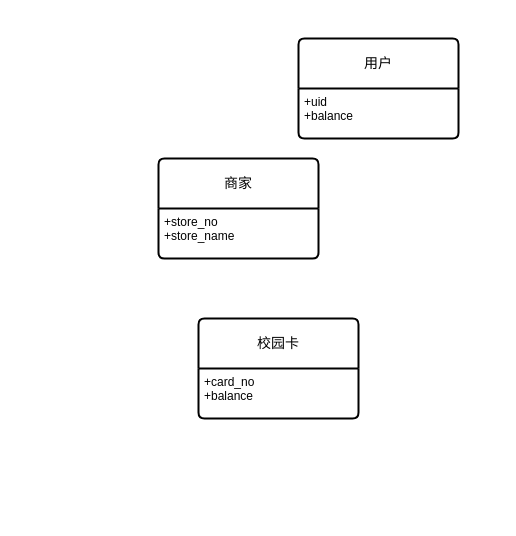
Earlier version of the draw.io diagram ER-Charts/ER_CampusCard.drawio (ShiaoYoung/Database-course_design). Source tidied: cells renumbered, new cells numbered last; positions are measured from the earlier drawing's top-left corner, leaving out a move shared by most shapes. Both pictures are drawn from the tidied source at 100%, with x=0, y=0 at pixel (158, 38).
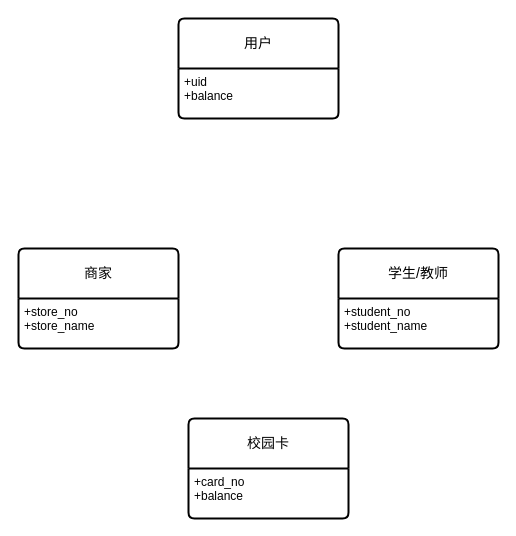
Above is the later version.

What changed in the source:
```diff
@@
 <mxGraphModel>
   <root>
     <mxCell id="0" />
     <mxCell id="1" parent="0" />
     <mxCell id="2" value="商家" style="swimlane;horizontal=1;startSize=50;rounded=1;fontSize=14;fontStyle=0;strokeWidth=2;shadow=0;dashed=0;align=center;arcSize=4;whiteSpace=wrap;html=1;" parent="1" vertex="1">
-      <mxGeometry y="120" width="160" height="100" as="geometry" />
+      <mxGeometry x="-140" y="210" width="160" height="100" as="geometry" />
     </mxCell>
     <mxCell id="3" value="+store_no&lt;br&gt;+store_name" style="align=left;strokeColor=none;fillColor=none;spacingLeft=4;fontSize=12;verticalAlign=top;html=1;" parent="2" vertex="1">
       <mxGeometry y="50" width="160" height="50" as="geometry" />
     </mxCell>
     <mxCell id="4" value="校园卡" style="swimlane;horizontal=1;startSize=50;rounded=1;fontSize=14;fontStyle=0;strokeWidth=2;shadow=0;dashed=0;align=center;arcSize=4;whiteSpace=wrap;html=1;" parent="1" vertex="1">
-      <mxGeometry x="40" y="280" width="160" height="100" as="geometry" />
+      <mxGeometry x="30" y="380" width="160" height="100" as="geometry" />
     </mxCell>
     <mxCell id="5" value="+card_no&lt;br&gt;+balance" style="align=left;strokeColor=none;fillColor=none;spacingLeft=4;fontSize=12;verticalAlign=top;html=1;" parent="4" vertex="1">
       <mxGeometry y="50" width="160" height="50" as="geometry" />
     </mxCell>
     <mxCell id="6" value="用户" style="swimlane;horizontal=1;startSize=50;rounded=1;fontSize=14;fontStyle=0;strokeWidth=2;shadow=0;dashed=0;align=center;arcSize=4;whiteSpace=wrap;html=1;" parent="1" vertex="1">
-      <mxGeometry x="140" width="160" height="100" as="geometry" />
+      <mxGeometry x="20" y="-20" width="160" height="100" as="geometry" />
     </mxCell>
     <mxCell id="7" value="+uid&lt;br&gt;+balance" style="align=left;strokeColor=none;fillColor=none;spacingLeft=4;fontSize=12;verticalAlign=top;html=1;" parent="6" vertex="1">
       <mxGeometry y="50" width="160" height="50" as="geometry" />
     </mxCell>
+    <mxCell id="8" value="学生/教师" style="swimlane;horizontal=1;startSize=50;rounded=1;fontSize=14;fontStyle=0;strokeWidth=2;shadow=0;dashed=0;align=center;arcSize=4;whiteSpace=wrap;html=1;" parent="1" vertex="1">
+      <mxGeometry x="180" y="210" width="160" height="100" as="geometry" />
+    </mxCell>
+    <mxCell id="9" value="+student_no&lt;br&gt;+student_name" style="align=left;strokeColor=none;fillColor=none;spacingLeft=4;fontSize=12;verticalAlign=top;html=1;" parent="8" vertex="1">
+      <mxGeometry y="50" width="160" height="50" as="geometry" />
+    </mxCell>
   </root>
 </mxGraphModel>
```
